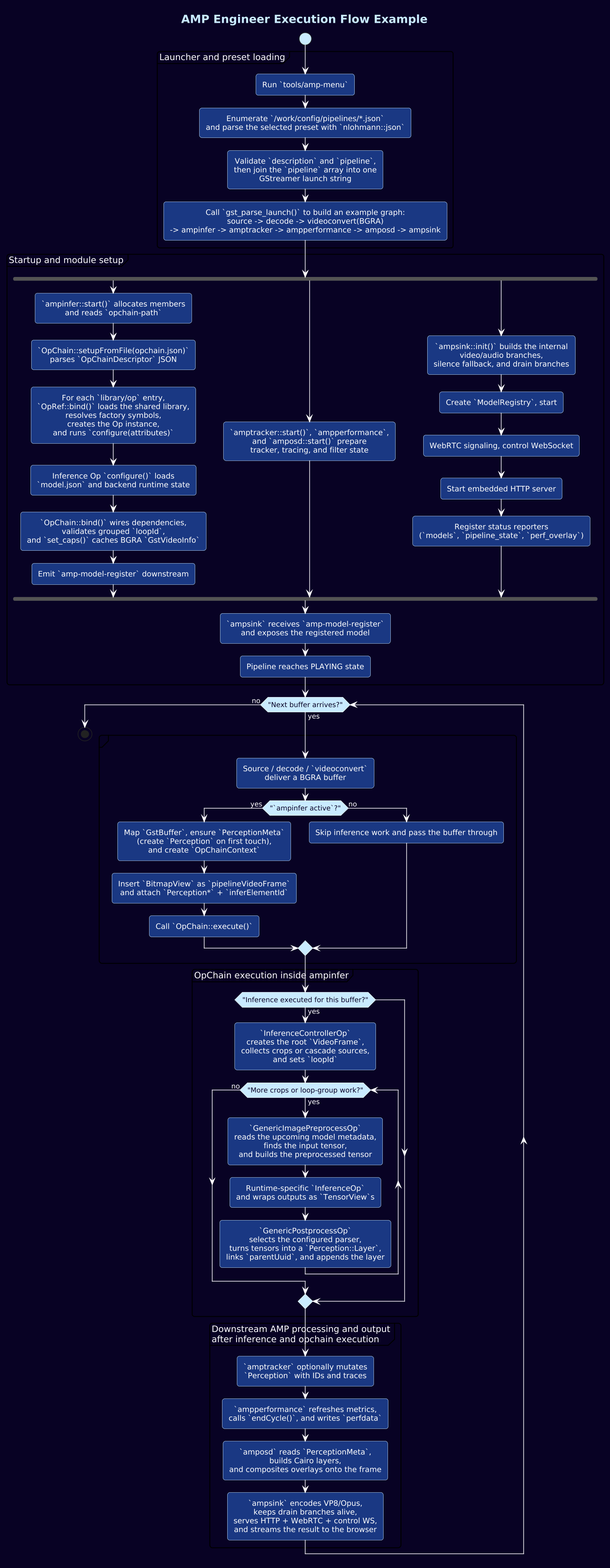
Above: docs/static/img/execution-flow.png in arm/open-perception-kit (PlantUML), before the change. Its diagram source:
```plantuml
@startuml
!include amp-style.puml

title AMP Engineer Execution Flow Example

start

partition "Launcher and preset loading" {
  :Run `tools/amp-menu`;
  :Enumerate `/work/config/pipelines/*.json`\nand parse the selected preset with `nlohmann::json`;
  :Validate `description` and `pipeline`,\nthen join the `pipeline` array into one\nGStreamer launch string;
  :Call `gst_parse_launch()` to build an example graph:\nsource -> decode -> videoconvert(BGRA)\n-> ampinfer -> amptracker -> ampperformance -> amposd -> ampsink;
}

partition "Startup and module setup" {
  fork
    :`ampinfer::start()` allocates members\nand reads `opchain-path`;
    :`OpChain::setupFromFile(opchain.json)`\nparses `OpChainDescriptor` JSON;
    :For each `library/op` entry,\n`OpRef::bind()` loads the shared library,\nresolves factory symbols,\ncreates the Op instance,\nand runs `configure(attributes)`;
    :Inference Op `configure()` loads\n`model.json` and backend runtime state;
    :`OpChain::bind()` wires dependencies,\nvalidates grouped `loopId`,\nand `set_caps()` caches BGRA `GstVideoInfo`;
    :Emit `amp-model-register` downstream;
  fork again
    :`amptracker::start()`, `ampperformance`,\nand `amposd::start()` prepare\ntracker, tracing, and filter state;
  fork again
    :`ampsink::init()` builds the internal\nvideo/audio branches,\nsilence fallback, and drain branches;
    :Create `ModelRegistry`, start;
    :WebRTC signaling, control WebSocket;
    :Start embedded HTTP server;
    :Register status reporters\n(`models`, `pipeline_state`, `perf_overlay`);
  end fork
  :`ampsink` receives `amp-model-register`\nand exposes the registered model;
  :Pipeline reaches PLAYING state;
}

while ("Next buffer arrives?") is (yes)
  partition "" {
    :Source / decode / `videoconvert`\ndeliver a BGRA buffer;
    if ("`ampinfer active`?") then (yes)
      :Map `GstBuffer`, ensure `PerceptionMeta`\n(create `Perception` on first touch),\nand create `OpChainContext`;
      :Insert `BitmapView` as `pipelineVideoFrame`\nand attach `Perception*` + `inferElementId`;
      :Call `OpChain::execute()`;
    else (no)
      :Skip inference work and pass the buffer through;
    endif
  }

  partition "OpChain execution inside ampinfer" {
    if ("Inference executed for this buffer?") then (yes)
      :`InferenceControllerOp`\ncreates the root `VideoFrame`,\ncollects crops or cascade sources,\nand sets `loopId`;
      while ("More crops or loop-group work?") is (yes)
        :`GenericImagePreprocessOp`\nreads the upcoming model metadata,\nfinds the input tensor,\nand builds the preprocessed tensor;
        :Runtime-specific `InferenceOp`\nand wraps outputs as `TensorView`s;
        :`GenericPostprocessOp`\nselects the configured parser,\nturns tensors into a `Perception::Layer`,\nlinks `parentUuid`, and appends the layer;
      endwhile (no)
    endif
  }

  partition "Downstream AMP processing and output\nafter inference and opchain execution" {
    :`amptracker` optionally mutates\n`Perception` with IDs and traces;
    :`ampperformance` refreshes metrics,\ncalls `endCycle()`, and writes `perfdata`;
    :`amposd` reads `PerceptionMeta`,\nbuilds Cairo layers,\nand composites overlays onto the frame;
    :`ampsink` encodes VP8/Opus,\nkeeps drain branches alive,\nserves HTTP + WebRTC + control WS,\nand streams the result to the browser;
  }
endwhile (no)

stop
@enduml
```
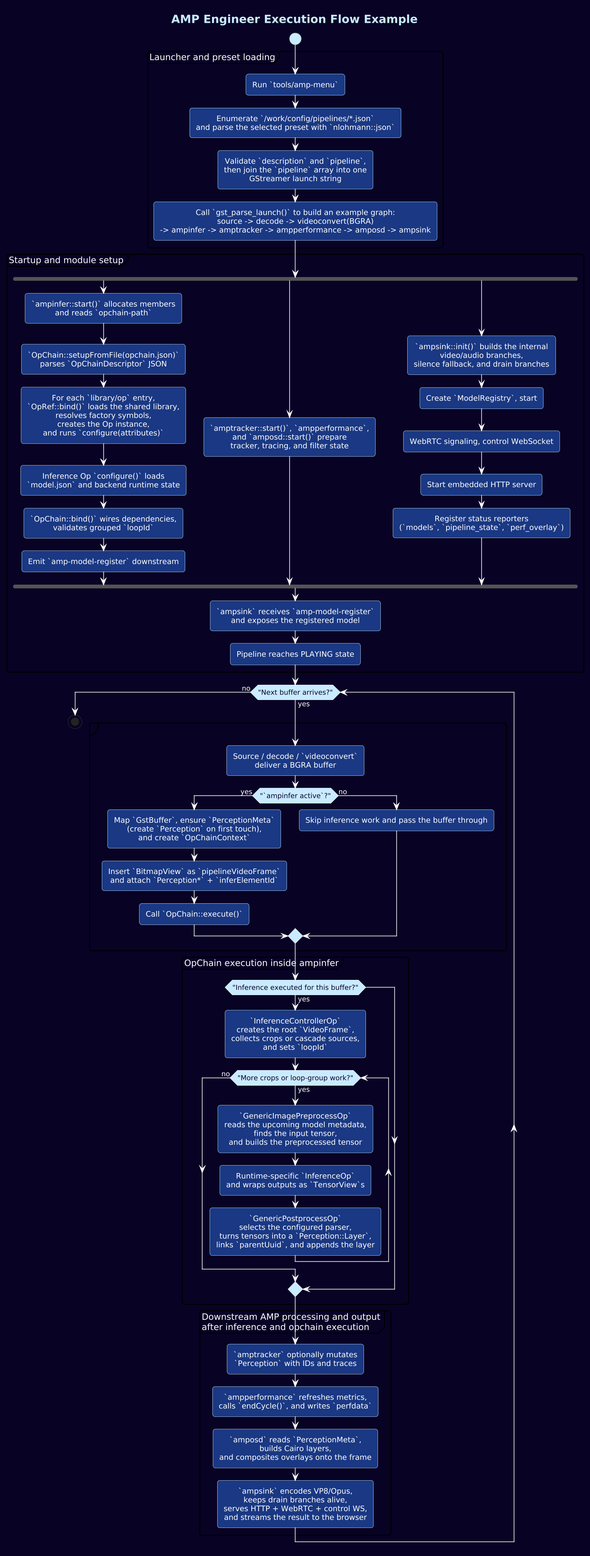
After the change.

Diff of the diagram source:
```diff
@@ -18,7 +18,7 @@
     :`OpChain::setupFromFile(opchain.json)`\nparses `OpChainDescriptor` JSON;
     :For each `library/op` entry,\n`OpRef::bind()` loads the shared library,\nresolves factory symbols,\ncreates the Op instance,\nand runs `configure(attributes)`;
     :Inference Op `configure()` loads\n`model.json` and backend runtime state;
-    :`OpChain::bind()` wires dependencies,\nvalidates grouped `loopId`,\nand `set_caps()` caches BGRA `GstVideoInfo`;
+    :`OpChain::bind()` wires dependencies,\nvalidates grouped `loopId`;
     :Emit `amp-model-register` downstream;
   fork again
     :`amptracker::start()`, `ampperformance`,\nand `amposd::start()` prepare\ntracker, tracing, and filter state;
```
